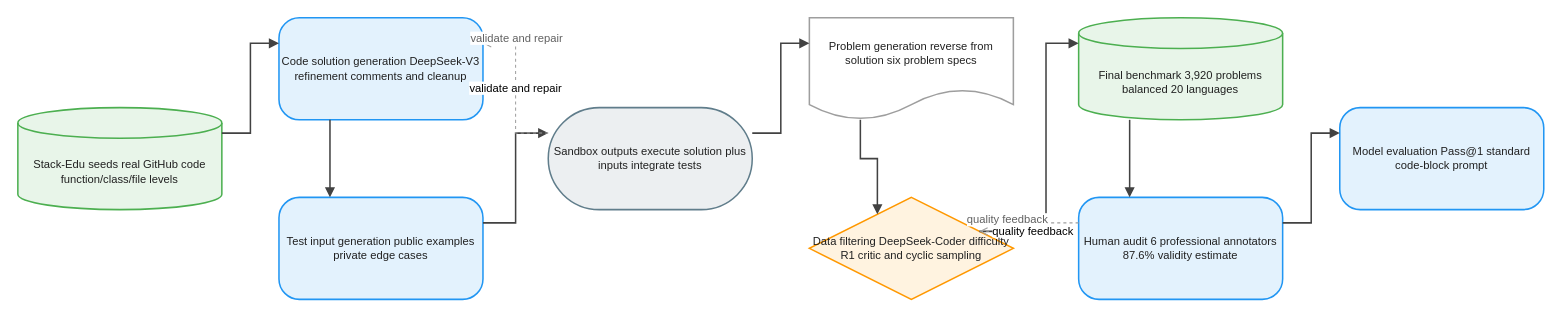
Before: client/public/drawio/AutoCodeBench/AutoCodeBench.en.drawio in joe1chief/benchmark-hub, a draw.io diagram. Source tidied: cells renumbered, new cells numbered last; positions are measured from the earlier drawing's top-left corner, leaving out a move shared by most shapes. Both pictures are drawn from the tidied source at 102%, with x=0, y=0 at pixel (17, 17).
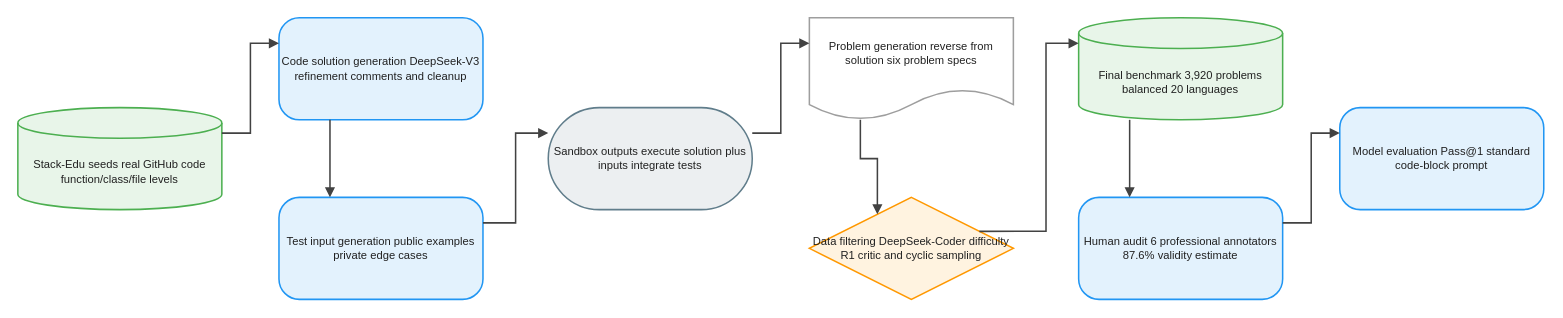
After the change.

Unchanged cells that the change refers to:
```xml
<mxCell id="3" value="Code solution generation DeepSeek-V3 refinement comments and cleanup" style="rounded=1;arcSize=20;html=1;whiteSpace=wrap;fillColor=#E3F2FD;strokeColor=#2196F3;strokeWidth=1.5;fontColor=#212121;fontSize=11;fontFamily=Arial, Helvetica, sans-serif;verticalAlign=middle;align=center;" parent="1" vertex="1">
  <mxGeometry x="256" width="200" height="100" as="geometry" />
</mxCell>
<mxCell id="5" value="Sandbox outputs execute solution plus inputs integrate tests" style="rounded=1;arcSize=50;html=1;whiteSpace=wrap;fillColor=#ECEFF1;strokeColor=#607D8B;strokeWidth=1.5;fontColor=#212121;fontSize=11;fontFamily=Arial, Helvetica, sans-serif;verticalAlign=middle;align=center;" parent="1" vertex="1">
  <mxGeometry x="520" y="88" width="200" height="100" as="geometry" />
</mxCell>
<mxCell id="7" value="Data filtering DeepSeek-Coder difficulty R1 critic and cyclic sampling" style="rhombus;html=1;whiteSpace=wrap;fillColor=#FFF3E0;strokeColor=#FF9800;strokeWidth=1.5;fontColor=#212121;fontSize=11;fontFamily=Arial, Helvetica, sans-serif;verticalAlign=middle;align=center;" parent="1" vertex="1">
  <mxGeometry x="776" y="176" width="200" height="100" as="geometry" />
</mxCell>
<mxCell id="9" value="Human audit 6 professional annotators 87.6% validity estimate" style="rounded=1;arcSize=20;html=1;whiteSpace=wrap;fillColor=#E3F2FD;strokeColor=#2196F3;strokeWidth=1.5;fontColor=#212121;fontSize=11;fontFamily=Arial, Helvetica, sans-serif;verticalAlign=middle;align=center;" parent="1" vertex="1">
  <mxGeometry x="1040" y="176" width="200" height="100" as="geometry" />
</mxCell>
```

Diff of the diagram source:
```diff
@@
-    <mxCell id="19" value="validate and repair" style="edgeStyle=orthogonalEdgeStyle;rounded=0;jettySize=auto;html=1;strokeColor=#9E9E9E;strokeWidth=1;endArrow=open;endFill=0;exitX=0;exitY=0.25;exitDx=0;exitDy=0;entryX=1;entryY=0.25;entryDx=0;entryDy=0;dashed=1;dashPattern=3 3;jumpStyle=arc;jumpSize=8;" parent="1" edge="1" source="5" target="3">
-      <mxGeometry relative="1" as="geometry" />
-    </mxCell>
-    <mxCell id="20" value="validate and repair" style="edgeLabel;html=1;align=center;verticalAlign=middle;fontSize=11;fontColor=#616161;" parent="19" vertex="1">
-      <mxGeometry x="0.5" relative="1" as="geometry">
-        <mxPoint y="-12" as="offset" />
-      </mxGeometry>
-    </mxCell>
-    <mxCell id="21" value="quality feedback" style="edgeStyle=orthogonalEdgeStyle;rounded=0;jettySize=auto;html=1;strokeColor=#9E9E9E;strokeWidth=1;endArrow=open;endFill=0;exitX=0;exitY=0.25;exitDx=0;exitDy=0;entryX=1;entryY=0.25;entryDx=0;entryDy=0;dashed=1;dashPattern=3 3;jumpStyle=arc;jumpSize=8;" parent="1" edge="1" source="9" target="7">
-      <mxGeometry relative="1" as="geometry" />
-    </mxCell>
-    <mxCell id="22" value="quality feedback" style="edgeLabel;html=1;align=center;verticalAlign=middle;fontSize=11;fontColor=#616161;" parent="21" vertex="1">
-      <mxGeometry x="0.5" relative="1" as="geometry">
-        <mxPoint y="-12" as="offset" />
-      </mxGeometry>
-    </mxCell>
```
